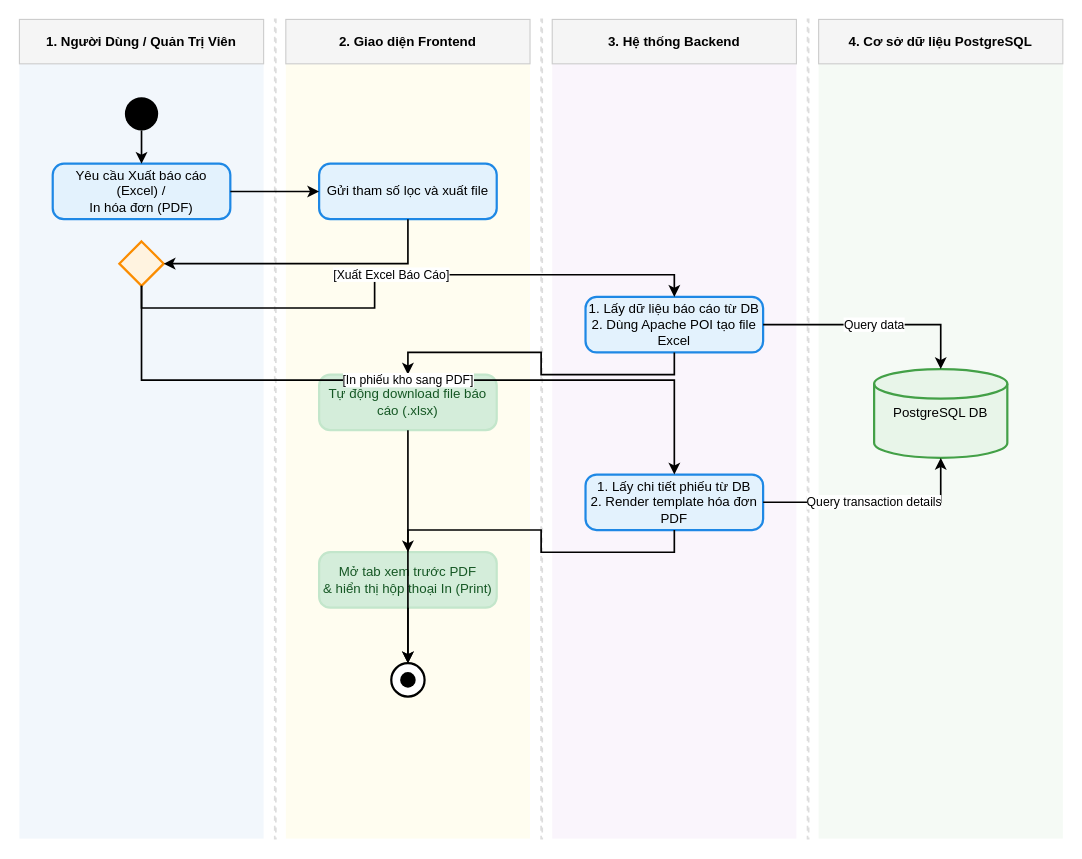
Earlier version of the draw.io diagram diagrams/chuc_nang_xuat_excel_va_in_pdf.drawio (Nghiatv2006/KhoHang). Source tidied: cells renumbered, new cells numbered last; positions are measured from the earlier drawing's top-left corner, leaving out a move shared by most shapes. Both pictures are drawn from the tidied source at 111%, with x=0, y=0 at pixel (19, 19).
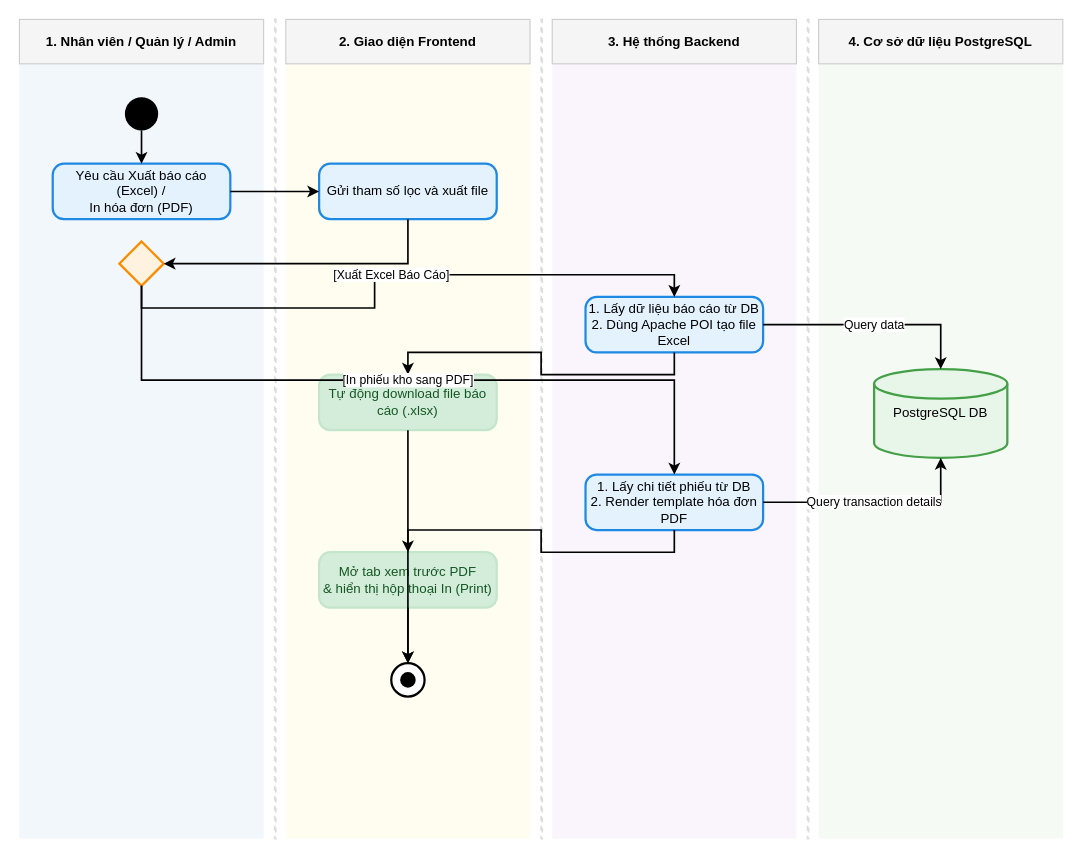
The same diagram, later.

Diff of the diagram source:
```diff
@@
-    <mxCell id="6" value="1. Người Dùng / Quản Trị Viên" style="fillColor=#f5f5f5;strokeColor=#cccccc;fontStyle=1;align=center;whiteSpace=wrap;html=1;" parent="1" vertex="1">
+    <mxCell id="6" value="1. Nhân viên / Quản lý / Admin" style="fillColor=#f5f5f5;strokeColor=#cccccc;fontStyle=1;align=center;whiteSpace=wrap;html=1;" parent="1" vertex="1">
       <mxGeometry width="220" height="40" as="geometry" />
     </mxCell>
```
